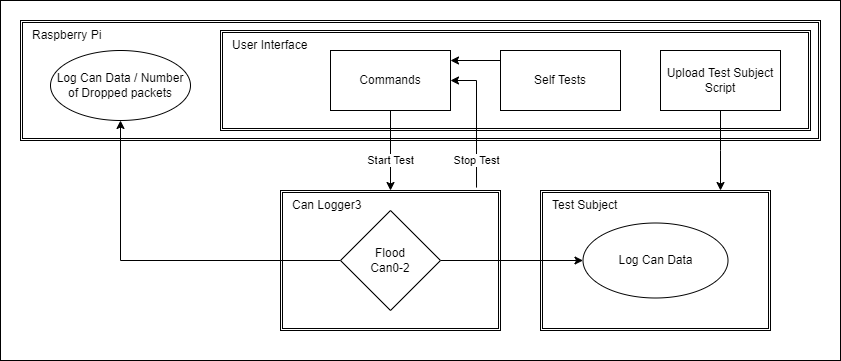
Before: CANBusTester.drawio.png, a diagram exported from draw.io (thomasbalzer/CANBusTester). Source tidied: cells renumbered, new cells last; positions are measured from the earlier drawing's top-left corner, leaving out a move shared by most shapes.
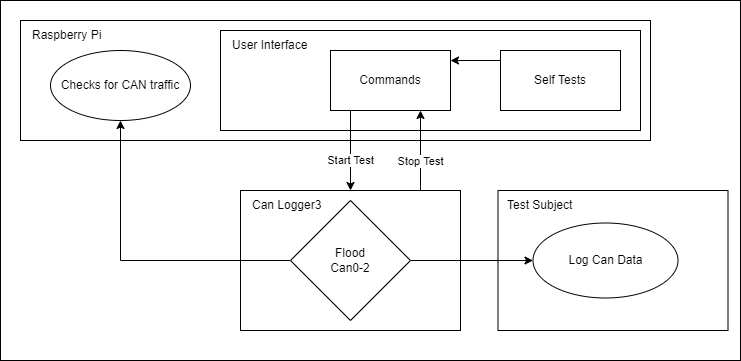
The same file after the commit.

Change to the diagram source:
```diff
@@ -3,34 +3,43 @@
     <mxCell id="0" />
     <mxCell id="1" parent="0" />
     <mxCell id="2" style="rounded=0;whiteSpace=wrap;html=1;fontFamily=Helvetica;fontSize=12;fontColor=default;strokeColor=default;fillColor=default;" parent="1" vertex="1">
-      <mxGeometry width="840" height="360" as="geometry" />
+      <mxGeometry width="740" height="360" as="geometry" />
     </mxCell>
-    <mxCell id="3" style="shape=ext;double=1;rounded=0;whiteSpace=wrap;html=1;align=left;" parent="1" vertex="1">
-      <mxGeometry x="20" y="20" width="800" height="120" as="geometry" />
+    <mxCell id="3" style="shape=ext;rounded=0;whiteSpace=wrap;html=1;align=left;" parent="1" vertex="1">
+      <mxGeometry x="20" y="20" width="630" height="120" as="geometry" />
     </mxCell>
-    <mxCell id="4" style="shape=ext;double=1;rounded=0;whiteSpace=wrap;html=1;align=left;" parent="1" vertex="1">
-      <mxGeometry x="220" y="30" width="590" height="100" as="geometry" />
+    <mxCell id="4" style="shape=ext;rounded=0;whiteSpace=wrap;html=1;align=left;" parent="1" vertex="1">
+      <mxGeometry x="220" y="30" width="420" height="100" as="geometry" />
     </mxCell>
-    <mxCell id="5" style="shape=ext;double=1;rounded=0;whiteSpace=wrap;html=1;align=left;" parent="1" vertex="1">
-      <mxGeometry x="540" y="190" width="230" height="140" as="geometry" />
+    <mxCell id="5" style="shape=ext;rounded=0;whiteSpace=wrap;html=1;align=left;" parent="1" vertex="1">
+      <mxGeometry x="497.5" y="190" width="230" height="140" as="geometry" />
     </mxCell>
-    <mxCell id="6" style="shape=ext;double=1;rounded=0;whiteSpace=wrap;html=1;align=left;" parent="1" vertex="1">
-      <mxGeometry x="280" y="190" width="220" height="140" as="geometry" />
+    <mxCell id="6" style="shape=ext;rounded=0;whiteSpace=wrap;html=1;align=left;" parent="1" vertex="1">
+      <mxGeometry x="240" y="190" width="220" height="140" as="geometry" />
     </mxCell>
     <mxCell id="7" value="Can Logger3" style="text;html=1;strokeColor=none;fillColor=none;align=left;verticalAlign=middle;whiteSpace=wrap;rounded=0;" parent="1" vertex="1">
-      <mxGeometry x="290" y="190" width="80" height="30" as="geometry" />
+      <mxGeometry x="250" y="190" width="80" height="30" as="geometry" />
     </mxCell>
     <mxCell id="8" value="Start Test" style="edgeStyle=orthogonalEdgeStyle;rounded=0;jettySize=auto;html=1;exitX=0.5;exitY=1;exitDx=0;exitDy=0;" parent="1" edge="1" source="11">
-      <mxGeometry x="0.25" relative="1" as="geometry">
-        <mxPoint x="390" y="190" as="targetPoint" />
+      <mxGeometry x="0.5" relative="1" as="geometry">
+        <mxPoint x="350" y="190" as="targetPoint" />
+        <Array as="points">
+          <mxPoint x="350" y="110" />
+          <mxPoint x="350" y="190" />
+        </Array>
       </mxGeometry>
     </mxCell>
-    <mxCell id="9" style="edgeStyle=orthogonalEdgeStyle;rounded=0;jettySize=auto;html=1;exitX=0.891;exitY=-0.021;exitDx=0;exitDy=0;entryX=1;entryY=0.5;entryDx=0;entryDy=0;exitPerimeter=0;" parent="1" edge="1" source="6" target="11">
-      <mxGeometry relative="1" as="geometry" />
+    <mxCell id="9" style="edgeStyle=orthogonalEdgeStyle;rounded=0;jettySize=auto;html=1;entryX=0.75;entryY=1;entryDx=0;entryDy=0;" parent="1" edge="1" target="11">
+      <mxGeometry relative="1" as="geometry">
+        <mxPoint x="420" y="190" as="sourcePoint" />
+        <Array as="points">
+          <mxPoint x="420" y="186" />
+        </Array>
+      </mxGeometry>
     </mxCell>
     <mxCell id="10" value="Stop Test" style="edgeLabel;html=1;align=center;verticalAlign=middle;" parent="9" vertex="1">
       <mxGeometry x="0.55" y="-3" relative="1" as="geometry">
-        <mxPoint x="-4" y="75" as="offset" />
+        <mxPoint x="-4" y="32" as="offset" />
       </mxGeometry>
     </mxCell>
     <mxCell id="11" value="Commands" style="rounded=0;whiteSpace=wrap;html=1;" parent="1" vertex="1">
@@ -43,35 +52,23 @@
       <mxGeometry relative="1" as="geometry" />
     </mxCell>
     <mxCell id="14" value="Flood&lt;br&gt;Can0-2" style="rhombus;whiteSpace=wrap;html=1;rounded=0;" parent="1" vertex="1">
-      <mxGeometry x="340" y="210" width="100" height="100" as="geometry" />
+      <mxGeometry x="290" y="200" width="120" height="120" as="geometry" />
     </mxCell>
-    <mxCell id="15" value="Log Can Data / Number of Dropped packets" style="ellipse;whiteSpace=wrap;html=1;rounded=0;" parent="1" vertex="1">
+    <mxCell id="15" value="Checks for CAN traffic" style="ellipse;whiteSpace=wrap;html=1;rounded=0;" parent="1" vertex="1">
       <mxGeometry x="50" y="50" width="140" height="70" as="geometry" />
     </mxCell>
     <mxCell id="16" value="Raspberry Pi" style="text;html=1;strokeColor=none;fillColor=none;align=left;verticalAlign=middle;whiteSpace=wrap;rounded=0;" parent="1" vertex="1">
       <mxGeometry x="30" y="20" width="80" height="30" as="geometry" />
     </mxCell>
     <mxCell id="17" value="Test Subject" style="text;html=1;strokeColor=none;fillColor=none;align=left;verticalAlign=middle;whiteSpace=wrap;rounded=0;" parent="1" vertex="1">
-      <mxGeometry x="550" y="190" width="110" height="30" as="geometry" />
+      <mxGeometry x="505" y="190" width="110" height="30" as="geometry" />
     </mxCell>
     <mxCell id="18" value="Log Can Data" style="ellipse;whiteSpace=wrap;html=1;rounded=0;" parent="1" vertex="1">
-      <mxGeometry x="582.5" y="222.5" width="145" height="75" as="geometry" />
+      <mxGeometry x="532.5" y="222.5" width="145" height="75" as="geometry" />
     </mxCell>
     <mxCell id="19" value="User Interface" style="text;html=1;strokeColor=none;fillColor=none;align=left;verticalAlign=middle;whiteSpace=wrap;rounded=0;" parent="1" vertex="1">
       <mxGeometry x="230" y="30" width="80" height="30" as="geometry" />
     </mxCell>
-    <mxCell id="20" style="edgeStyle=orthogonalEdgeStyle;rounded=0;jettySize=auto;html=1;exitX=0.5;exitY=1;exitDx=0;exitDy=0;fontFamily=Helvetica;fontSize=12;fontColor=default;" parent="1" edge="1" source="21">
-      <mxGeometry relative="1" as="geometry">
-        <mxPoint x="720" y="190" as="targetPoint" />
-        <Array as="points">
-          <mxPoint x="720" y="150" />
-          <mxPoint x="720" y="150" />
-        </Array>
-      </mxGeometry>
-    </mxCell>
-    <mxCell id="21" value="Upload Test Subject Script" style="rounded=0;whiteSpace=wrap;html=1;" parent="1" vertex="1">
-      <mxGeometry x="660" y="50" width="120" height="60" as="geometry" />
-    </mxCell>
     <mxCell id="22" style="edgeStyle=orthogonalEdgeStyle;rounded=0;jettySize=auto;html=1;exitX=0;exitY=0;exitDx=0;exitDy=0;fontFamily=Helvetica;fontSize=12;fontColor=default;" parent="1" edge="1" source="23">
       <mxGeometry relative="1" as="geometry">
         <mxPoint x="450" y="60" as="targetPoint" />
```
